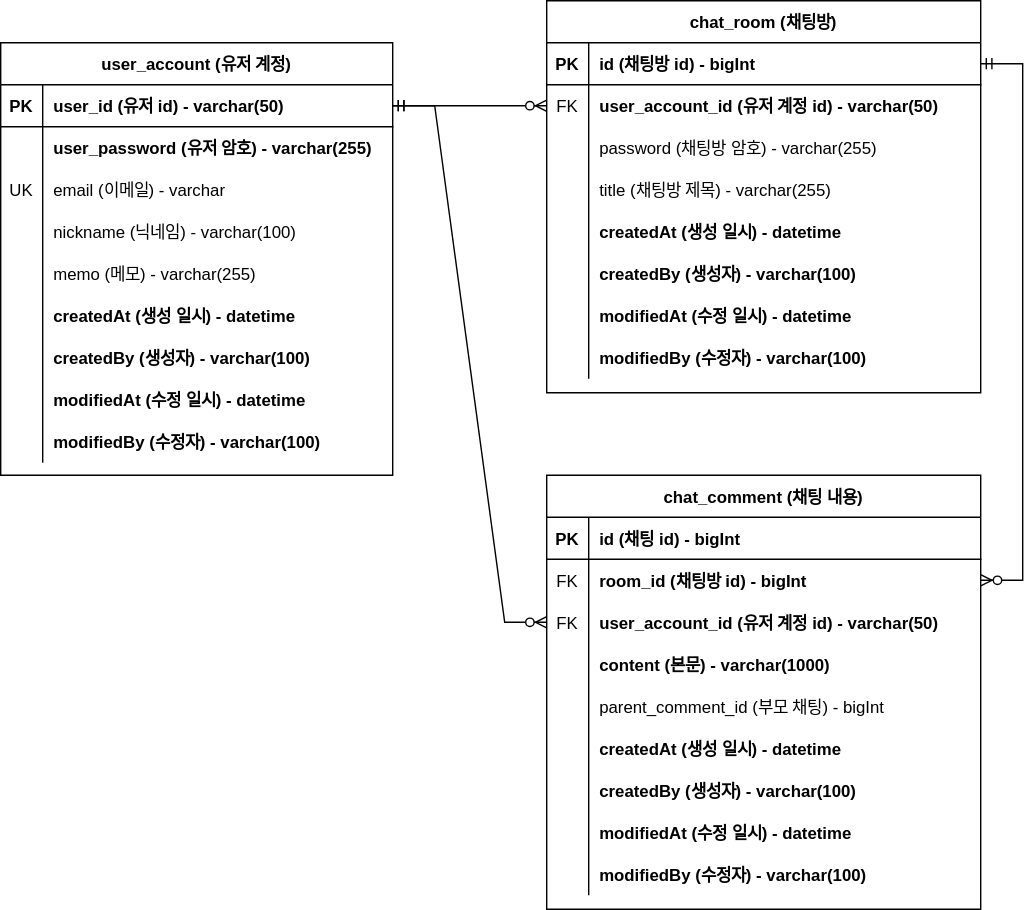
Before: document/websocket-chat-erd.drawio.svg, a diagram exported from draw.io (jeonhyoungmin/WebSocket_chat). Source tidied: cells renumbered, new cells last; positions are measured from the earlier drawing's top-left corner, leaving out a move shared by most shapes.
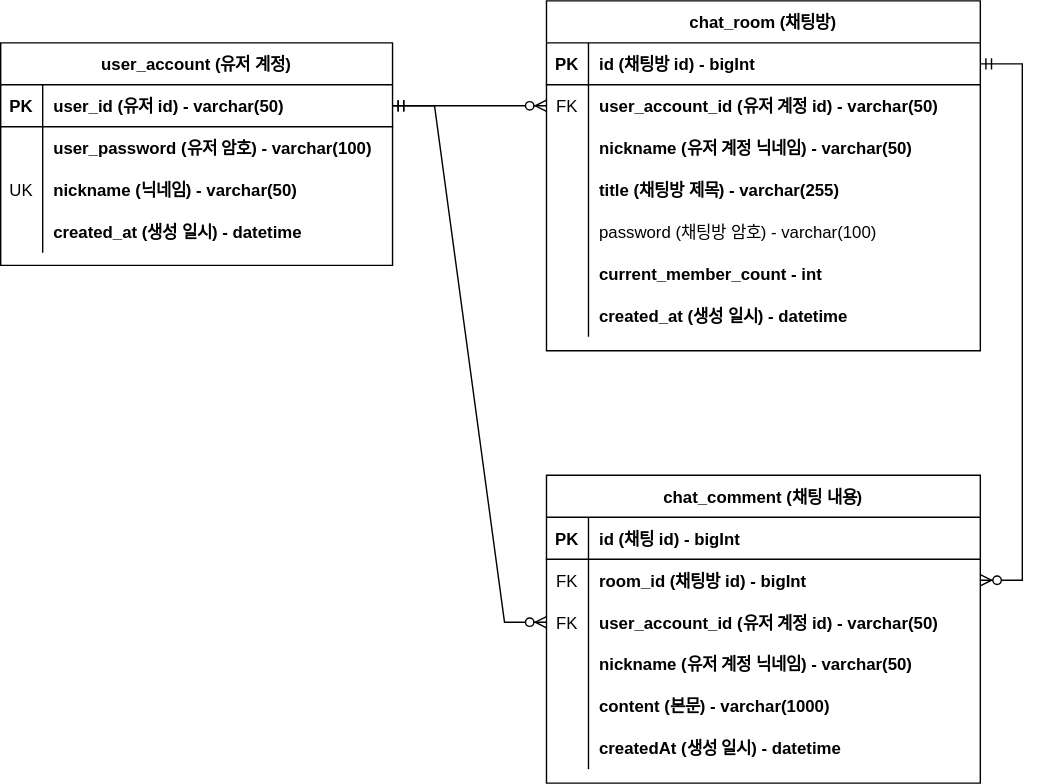
The same file after the commit.

Change to the diagram source:
```diff
@@ -3,7 +3,7 @@
     <mxCell id="0" />
     <mxCell id="1" parent="0" />
     <mxCell id="2" value="chat_room (채팅방)" style="shape=table;startSize=30;rowLines=0;fontStyle=1;align=center;" parent="1" vertex="1">
-      <mxGeometry x="390" width="310" height="280" as="geometry" />
+      <mxGeometry x="390" width="310" height="250" as="geometry" />
     </mxCell>
     <mxCell id="3" style="shape=partialRectangle;fillColor=none;points=[[0,0.5],[1,0.5]];portConstraint=eastwest;top=0;left=0;right=0;bottom=1;" parent="2" vertex="1">
       <mxGeometry y="30" width="310" height="30" as="geometry" />
@@ -29,7 +29,7 @@
     <mxCell id="10" style="shape=partialRectangle;overflow=hidden;fillColor=none;top=0;left=0;bottom=0;right=0;" parent="9" vertex="1">
       <mxGeometry width="30" height="30" as="geometry" />
     </mxCell>
-    <mxCell id="11" value="password (채팅방 암호) - varchar(255)" style="shape=partialRectangle;overflow=hidden;fillColor=none;top=0;left=0;bottom=0;right=0;align=left;spacingLeft=6;fontStyle=0;" parent="9" vertex="1">
+    <mxCell id="11" value="nickname (유저 계정 닉네임) - varchar(50)" style="shape=partialRectangle;overflow=hidden;fillColor=none;top=0;left=0;bottom=0;right=0;align=left;spacingLeft=6;fontStyle=1;" parent="9" vertex="1">
       <mxGeometry x="30" width="280" height="30" as="geometry" />
     </mxCell>
     <mxCell id="12" style="shape=partialRectangle;fillColor=none;top=0;left=0;right=0;bottom=0;" parent="2" vertex="1">
@@ -38,7 +38,7 @@
     <mxCell id="13" style="shape=partialRectangle;overflow=hidden;fillColor=none;top=0;left=0;bottom=0;right=0;" parent="12" vertex="1">
       <mxGeometry width="30" height="30" as="geometry" />
     </mxCell>
-    <mxCell id="14" value="title (채팅방 제목) - varchar(255)" style="shape=partialRectangle;overflow=hidden;fillColor=none;top=0;left=0;bottom=0;right=0;align=left;spacingLeft=6;fontStyle=0;" parent="12" vertex="1">
+    <mxCell id="14" value="title (채팅방 제목) - varchar(255)" style="shape=partialRectangle;overflow=hidden;fillColor=none;top=0;left=0;bottom=0;right=0;align=left;spacingLeft=6;fontStyle=1;" parent="12" vertex="1">
       <mxGeometry x="30" width="280" height="30" as="geometry" />
     </mxCell>
     <mxCell id="15" style="shape=partialRectangle;fillColor=none;top=0;left=0;right=0;bottom=0;" parent="2" vertex="1">
@@ -47,7 +47,7 @@
     <mxCell id="16" style="shape=partialRectangle;overflow=hidden;fillColor=none;top=0;left=0;bottom=0;right=0;" parent="15" vertex="1">
       <mxGeometry width="30" height="30" as="geometry" />
     </mxCell>
-    <mxCell id="17" value="createdAt (생성 일시) - datetime" style="shape=partialRectangle;overflow=hidden;fillColor=none;top=0;left=0;bottom=0;right=0;align=left;spacingLeft=6;fontStyle=1;" parent="15" vertex="1">
+    <mxCell id="17" value="password (채팅방 암호) - varchar(100)" style="shape=partialRectangle;overflow=hidden;fillColor=none;top=0;left=0;bottom=0;right=0;align=left;spacingLeft=6;fontStyle=0;" parent="15" vertex="1">
       <mxGeometry x="30" width="280" height="30" as="geometry" />
     </mxCell>
     <mxCell id="18" style="shape=partialRectangle;fillColor=none;top=0;left=0;right=0;bottom=0;" parent="2" vertex="1">
@@ -56,29 +56,20 @@
     <mxCell id="19" style="shape=partialRectangle;overflow=hidden;fillColor=none;top=0;left=0;bottom=0;right=0;" parent="18" vertex="1">
       <mxGeometry width="30" height="30" as="geometry" />
     </mxCell>
-    <mxCell id="20" value="createdBy (생성자) - varchar(100)" style="shape=partialRectangle;overflow=hidden;fillColor=none;top=0;left=0;bottom=0;right=0;align=left;spacingLeft=6;fontStyle=1;" parent="18" vertex="1">
+    <mxCell id="20" value="current_member_count - int" style="shape=partialRectangle;overflow=hidden;fillColor=none;top=0;left=0;bottom=0;right=0;align=left;spacingLeft=6;fontStyle=1;" parent="18" vertex="1">
       <mxGeometry x="30" width="280" height="30" as="geometry" />
     </mxCell>
-    <mxCell id="21" style="shape=partialRectangle;fillColor=none;top=0;left=0;right=0;bottom=0;" parent="2" vertex="1">
-      <mxGeometry y="210" width="310" height="30" as="geometry" />
-    </mxCell>
-    <mxCell id="22" style="shape=partialRectangle;overflow=hidden;fillColor=none;top=0;left=0;bottom=0;right=0;" parent="21" vertex="1">
-      <mxGeometry width="30" height="30" as="geometry" />
-    </mxCell>
-    <mxCell id="23" value="modifiedAt (수정 일시) - datetime" style="shape=partialRectangle;overflow=hidden;fillColor=none;top=0;left=0;bottom=0;right=0;align=left;spacingLeft=6;fontStyle=1;" parent="21" vertex="1">
-      <mxGeometry x="30" width="280" height="30" as="geometry" />
-    </mxCell>
-    <mxCell id="24" style="shape=partialRectangle;fillColor=none;top=0;left=0;right=0;bottom=0;" parent="2" vertex="1">
-      <mxGeometry y="240" width="310" height="30" as="geometry" />
-    </mxCell>
-    <mxCell id="25" style="shape=partialRectangle;overflow=hidden;fillColor=none;top=0;left=0;bottom=0;right=0;" parent="24" vertex="1">
-      <mxGeometry width="30" height="30" as="geometry" />
-    </mxCell>
-    <mxCell id="26" value="modifiedBy (수정자) - varchar(100)" style="shape=partialRectangle;overflow=hidden;fillColor=none;top=0;left=0;bottom=0;right=0;align=left;spacingLeft=6;fontStyle=1;" parent="24" vertex="1">
-      <mxGeometry x="30" width="280" height="30" as="geometry" />
-    </mxCell>
+    <mxCell id="86" style="shape=partialRectangle;fillColor=none;top=0;left=0;right=0;bottom=0;" parent="2" vertex="1">
+      <mxGeometry y="210" width="310" height="30" as="geometry" />
+    </mxCell>
+    <mxCell id="87" style="shape=partialRectangle;overflow=hidden;fillColor=none;top=0;left=0;bottom=0;right=0;" parent="86" vertex="1">
+      <mxGeometry width="30" height="30" as="geometry" />
+    </mxCell>
+    <mxCell id="88" value="created_at (생성 일시) - datetime" style="shape=partialRectangle;overflow=hidden;fillColor=none;top=0;left=0;bottom=0;right=0;align=left;spacingLeft=6;fontStyle=1;" parent="86" vertex="1">
+      <mxGeometry x="30" width="280" height="30" as="geometry" />
+    </mxCell>
     <mxCell id="27" value="chat_comment (채팅 내용)" style="shape=table;startSize=30;rowLines=0;fontStyle=1;align=center;" parent="1" vertex="1">
-      <mxGeometry x="390" y="339" width="310" height="310" as="geometry" />
+      <mxGeometry x="390" y="339" width="310" height="220" as="geometry" />
     </mxCell>
     <mxCell id="28" style="shape=partialRectangle;fillColor=none;top=0;left=0;right=0;bottom=1;" parent="27" vertex="1">
       <mxGeometry y="30" width="310" height="30" as="geometry" />
@@ -113,56 +104,29 @@
     <mxCell id="38" style="shape=partialRectangle;overflow=hidden;fillColor=none;top=0;left=0;bottom=0;right=0;" parent="37" vertex="1">
       <mxGeometry width="30" height="30" as="geometry" />
     </mxCell>
-    <mxCell id="39" value="content (본문) - varchar(1000)" style="shape=partialRectangle;overflow=hidden;fillColor=none;top=0;left=0;bottom=0;right=0;align=left;spacingLeft=6;fontStyle=1;" parent="37" vertex="1">
+    <mxCell id="39" value="nickname (유저 계정 닉네임) - varchar(50)" style="shape=partialRectangle;overflow=hidden;fillColor=none;top=0;left=0;bottom=0;right=0;align=left;spacingLeft=6;fontStyle=1;" parent="37" vertex="1">
       <mxGeometry x="30" width="280" height="30" as="geometry" />
     </mxCell>
-    <mxCell id="40" style="shape=partialRectangle;fillColor=none;top=0;left=0;right=0;bottom=0;" parent="27" vertex="1">
-      <mxGeometry y="150" width="310" height="30" as="geometry" />
-    </mxCell>
-    <mxCell id="41" style="shape=partialRectangle;overflow=hidden;fillColor=none;top=0;left=0;bottom=0;right=0;" parent="40" vertex="1">
-      <mxGeometry width="30" height="30" as="geometry" />
-    </mxCell>
-    <mxCell id="42" value="parent_comment_id (부모 채팅) - bigInt" style="shape=partialRectangle;overflow=hidden;fillColor=none;top=0;left=0;bottom=0;right=0;align=left;spacingLeft=6;" parent="40" vertex="1">
-      <mxGeometry x="30" width="280" height="30" as="geometry" />
-    </mxCell>
     <mxCell id="43" style="shape=partialRectangle;fillColor=none;top=0;left=0;right=0;bottom=0;" parent="27" vertex="1">
-      <mxGeometry y="180" width="310" height="30" as="geometry" />
+      <mxGeometry y="150" width="310" height="30" as="geometry" />
     </mxCell>
     <mxCell id="44" style="shape=partialRectangle;overflow=hidden;fillColor=none;top=0;left=0;bottom=0;right=0;" parent="43" vertex="1">
       <mxGeometry width="30" height="30" as="geometry" />
     </mxCell>
-    <mxCell id="45" value="createdAt (생성 일시) - datetime" style="shape=partialRectangle;overflow=hidden;fillColor=none;top=0;left=0;bottom=0;right=0;align=left;spacingLeft=6;fontStyle=1;" parent="43" vertex="1">
+    <mxCell id="45" value="content (본문) - varchar(1000)" style="shape=partialRectangle;overflow=hidden;fillColor=none;top=0;left=0;bottom=0;right=0;align=left;spacingLeft=6;fontStyle=1;" parent="43" vertex="1">
       <mxGeometry x="30" width="280" height="30" as="geometry" />
     </mxCell>
-    <mxCell id="46" style="shape=partialRectangle;fillColor=none;top=0;left=0;right=0;bottom=0;" parent="27" vertex="1">
-      <mxGeometry y="210" width="310" height="30" as="geometry" />
-    </mxCell>
-    <mxCell id="47" style="shape=partialRectangle;overflow=hidden;fillColor=none;top=0;left=0;bottom=0;right=0;" parent="46" vertex="1">
-      <mxGeometry width="30" height="30" as="geometry" />
-    </mxCell>
-    <mxCell id="48" value="createdBy (생성자) - varchar(100)" style="shape=partialRectangle;overflow=hidden;fillColor=none;top=0;left=0;bottom=0;right=0;align=left;spacingLeft=6;fontStyle=1;" parent="46" vertex="1">
-      <mxGeometry x="30" width="280" height="30" as="geometry" />
-    </mxCell>
-    <mxCell id="49" style="shape=partialRectangle;fillColor=none;top=0;left=0;right=0;bottom=0;" parent="27" vertex="1">
-      <mxGeometry y="240" width="310" height="30" as="geometry" />
-    </mxCell>
-    <mxCell id="50" style="shape=partialRectangle;overflow=hidden;fillColor=none;top=0;left=0;bottom=0;right=0;" parent="49" vertex="1">
-      <mxGeometry width="30" height="30" as="geometry" />
-    </mxCell>
-    <mxCell id="51" value="modifiedAt (수정 일시) - datetime" style="shape=partialRectangle;overflow=hidden;fillColor=none;top=0;left=0;bottom=0;right=0;align=left;spacingLeft=6;fontStyle=1;" parent="49" vertex="1">
-      <mxGeometry x="30" width="280" height="30" as="geometry" />
-    </mxCell>
-    <mxCell id="52" style="shape=partialRectangle;fillColor=none;top=0;left=0;right=0;bottom=0;" parent="27" vertex="1">
-      <mxGeometry y="270" width="310" height="30" as="geometry" />
-    </mxCell>
-    <mxCell id="53" style="shape=partialRectangle;overflow=hidden;fillColor=none;top=0;left=0;bottom=0;right=0;" parent="52" vertex="1">
-      <mxGeometry width="30" height="30" as="geometry" />
-    </mxCell>
-    <mxCell id="54" value="modifiedBy (수정자) - varchar(100)" style="shape=partialRectangle;overflow=hidden;fillColor=none;top=0;left=0;bottom=0;right=0;align=left;spacingLeft=6;fontStyle=1;" parent="52" vertex="1">
-      <mxGeometry x="30" width="280" height="30" as="geometry" />
-    </mxCell>
+    <mxCell id="89" style="shape=partialRectangle;fillColor=none;top=0;left=0;right=0;bottom=0;" parent="27" vertex="1">
+      <mxGeometry y="180" width="310" height="30" as="geometry" />
+    </mxCell>
+    <mxCell id="90" style="shape=partialRectangle;overflow=hidden;fillColor=none;top=0;left=0;bottom=0;right=0;" parent="89" vertex="1">
+      <mxGeometry width="30" height="30" as="geometry" />
+    </mxCell>
+    <mxCell id="91" value="createdAt (생성 일시) - datetime" style="shape=partialRectangle;overflow=hidden;fillColor=none;top=0;left=0;bottom=0;right=0;align=left;spacingLeft=6;fontStyle=1;" parent="89" vertex="1">
+      <mxGeometry x="30" width="280" height="30" as="geometry" />
+    </mxCell>
     <mxCell id="55" value="user_account (유저 계정)" style="shape=table;startSize=30;rowLines=0;fontStyle=1;align=center;" parent="1" vertex="1">
-      <mxGeometry y="30" width="280" height="309" as="geometry" />
+      <mxGeometry y="30" width="280" height="159" as="geometry" />
     </mxCell>
     <mxCell id="56" style="shape=partialRectangle;fillColor=none;points=[[0,0.5],[1,0.5]];portConstraint=eastwest;top=0;left=0;right=0;bottom=1;" parent="55" vertex="1">
       <mxGeometry y="30" width="280" height="30" as="geometry" />
@@ -179,72 +143,27 @@
     <mxCell id="60" style="shape=partialRectangle;overflow=hidden;fillColor=none;top=0;left=0;bottom=0;right=0;" parent="59" vertex="1">
       <mxGeometry width="30" height="30" as="geometry" />
     </mxCell>
-    <mxCell id="61" value="user_password (유저 암호) - varchar(255)" style="shape=partialRectangle;overflow=hidden;fillColor=none;top=0;left=0;bottom=0;right=0;align=left;spacingLeft=6;fontStyle=1;" parent="59" vertex="1">
+    <mxCell id="61" value="user_password (유저 암호) - varchar(100)" style="shape=partialRectangle;overflow=hidden;fillColor=none;top=0;left=0;bottom=0;right=0;align=left;spacingLeft=6;fontStyle=1;" parent="59" vertex="1">
       <mxGeometry x="30" width="250" height="30" as="geometry" />
     </mxCell>
-    <mxCell id="62" style="shape=partialRectangle;fillColor=none;top=0;left=0;right=0;bottom=0;" parent="55" vertex="1">
-      <mxGeometry y="90" width="280" height="30" as="geometry" />
-    </mxCell>
-    <mxCell id="63" value="UK" style="shape=partialRectangle;overflow=hidden;fillColor=none;top=0;left=0;bottom=0;right=0;" parent="62" vertex="1">
-      <mxGeometry width="30" height="30" as="geometry" />
-    </mxCell>
-    <mxCell id="64" value="email (이메일) - varchar" style="shape=partialRectangle;overflow=hidden;fillColor=none;top=0;left=0;bottom=0;right=0;align=left;spacingLeft=6;fontStyle=0;" parent="62" vertex="1">
-      <mxGeometry x="30" width="250" height="30" as="geometry" />
-    </mxCell>
     <mxCell id="65" style="shape=partialRectangle;fillColor=none;top=0;left=0;right=0;bottom=0;" parent="55" vertex="1">
-      <mxGeometry y="120" width="280" height="30" as="geometry" />
+      <mxGeometry y="90" width="280" height="30" as="geometry" />
     </mxCell>
-    <mxCell id="66" style="shape=partialRectangle;overflow=hidden;fillColor=none;top=0;left=0;bottom=0;right=0;" parent="65" vertex="1">
+    <mxCell id="66" value="UK" style="shape=partialRectangle;overflow=hidden;fillColor=none;top=0;left=0;bottom=0;right=0;" parent="65" vertex="1">
       <mxGeometry width="30" height="30" as="geometry" />
     </mxCell>
-    <mxCell id="67" value="nickname (닉네임) - varchar(100)" style="shape=partialRectangle;overflow=hidden;fillColor=none;top=0;left=0;bottom=0;right=0;align=left;spacingLeft=6;fontStyle=0;" parent="65" vertex="1">
+    <mxCell id="67" value="nickname (닉네임) - varchar(50)" style="shape=partialRectangle;overflow=hidden;fillColor=none;top=0;left=0;bottom=0;right=0;align=left;spacingLeft=6;fontStyle=1;" parent="65" vertex="1">
       <mxGeometry x="30" width="250" height="30" as="geometry" />
     </mxCell>
-    <mxCell id="68" style="shape=partialRectangle;fillColor=none;top=0;left=0;right=0;bottom=0;" parent="55" vertex="1">
-      <mxGeometry y="150" width="280" height="30" as="geometry" />
-    </mxCell>
-    <mxCell id="69" style="shape=partialRectangle;overflow=hidden;fillColor=none;top=0;left=0;bottom=0;right=0;" parent="68" vertex="1">
-      <mxGeometry width="30" height="30" as="geometry" />
-    </mxCell>
-    <mxCell id="70" value="memo (메모) - varchar(255)" style="shape=partialRectangle;overflow=hidden;fillColor=none;top=0;left=0;bottom=0;right=0;align=left;spacingLeft=6;fontStyle=0;" parent="68" vertex="1">
-      <mxGeometry x="30" width="250" height="30" as="geometry" />
-    </mxCell>
     <mxCell id="71" style="shape=partialRectangle;fillColor=none;top=0;left=0;right=0;bottom=0;" parent="55" vertex="1">
-      <mxGeometry y="180" width="280" height="30" as="geometry" />
+      <mxGeometry y="120" width="280" height="30" as="geometry" />
     </mxCell>
     <mxCell id="72" style="shape=partialRectangle;overflow=hidden;fillColor=none;top=0;left=0;bottom=0;right=0;" parent="71" vertex="1">
       <mxGeometry width="30" height="30" as="geometry" />
     </mxCell>
-    <mxCell id="73" value="createdAt (생성 일시) - datetime" style="shape=partialRectangle;overflow=hidden;fillColor=none;top=0;left=0;bottom=0;right=0;align=left;spacingLeft=6;fontStyle=1;" parent="71" vertex="1">
+    <mxCell id="73" value="created_at (생성 일시) - datetime" style="shape=partialRectangle;overflow=hidden;fillColor=none;top=0;left=0;bottom=0;right=0;align=left;spacingLeft=6;fontStyle=1;" parent="71" vertex="1">
       <mxGeometry x="30" width="250" height="30" as="geometry" />
     </mxCell>
-    <mxCell id="74" style="shape=partialRectangle;fillColor=none;top=0;left=0;right=0;bottom=0;" parent="55" vertex="1">
-      <mxGeometry y="210" width="280" height="30" as="geometry" />
-    </mxCell>
-    <mxCell id="75" style="shape=partialRectangle;overflow=hidden;fillColor=none;top=0;left=0;bottom=0;right=0;" parent="74" vertex="1">
-      <mxGeometry width="30" height="30" as="geometry" />
-    </mxCell>
-    <mxCell id="76" value="createdBy (생성자) - varchar(100)" style="shape=partialRectangle;overflow=hidden;fillColor=none;top=0;left=0;bottom=0;right=0;align=left;spacingLeft=6;fontStyle=1;" parent="74" vertex="1">
-      <mxGeometry x="30" width="250" height="30" as="geometry" />
-    </mxCell>
-    <mxCell id="77" style="shape=partialRectangle;fillColor=none;top=0;left=0;right=0;bottom=0;" parent="55" vertex="1">
-      <mxGeometry y="240" width="280" height="30" as="geometry" />
-    </mxCell>
-    <mxCell id="78" style="shape=partialRectangle;overflow=hidden;fillColor=none;top=0;left=0;bottom=0;right=0;" parent="77" vertex="1">
-      <mxGeometry width="30" height="30" as="geometry" />
-    </mxCell>
-    <mxCell id="79" value="modifiedAt (수정 일시) - datetime" style="shape=partialRectangle;overflow=hidden;fillColor=none;top=0;left=0;bottom=0;right=0;align=left;spacingLeft=6;fontStyle=1;" parent="77" vertex="1">
-      <mxGeometry x="30" width="250" height="30" as="geometry" />
-    </mxCell>
-    <mxCell id="80" style="shape=partialRectangle;fillColor=none;top=0;left=0;right=0;bottom=0;" parent="55" vertex="1">
-      <mxGeometry y="270" width="280" height="30" as="geometry" />
-    </mxCell>
-    <mxCell id="81" style="shape=partialRectangle;overflow=hidden;fillColor=none;top=0;left=0;bottom=0;right=0;" parent="80" vertex="1">
-      <mxGeometry width="30" height="30" as="geometry" />
-    </mxCell>
-    <mxCell id="82" value="modifiedBy (수정자) - varchar(100)" style="shape=partialRectangle;overflow=hidden;fillColor=none;top=0;left=0;bottom=0;right=0;align=left;spacingLeft=6;fontStyle=1;" parent="80" vertex="1">
-      <mxGeometry x="30" width="250" height="30" as="geometry" />
-    </mxCell>
     <mxCell id="83" style="edgeStyle=entityRelationEdgeStyle;fontSize=12;html=1;endArrow=ERzeroToMany;startArrow=ERmandOne;rounded=0;exitX=1;exitY=0.5;exitDx=0;exitDy=0;entryX=0;entryY=0.5;entryDx=0;entryDy=0;" parent="1" edge="1" source="56" target="6">
       <mxGeometry relative="1" as="geometry" />
     </mxCell>
```
